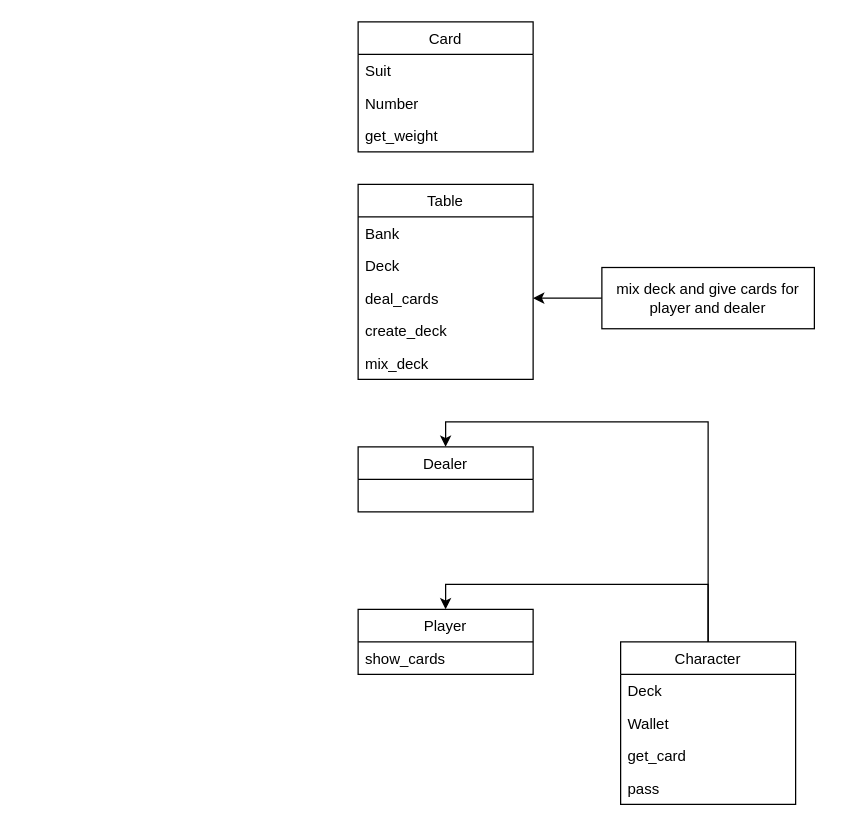
The draw.io diagram Untitled Diagram.drawio in MiKaMoRe/Course, before the edit. Source tidied: cells renumbered, new cells numbered last; positions are measured from the earlier drawing's top-left corner, leaving out a move shared by most shapes. Both pictures are drawn from the tidied source at 125%, with x=0, y=0 at pixel (358, 21).
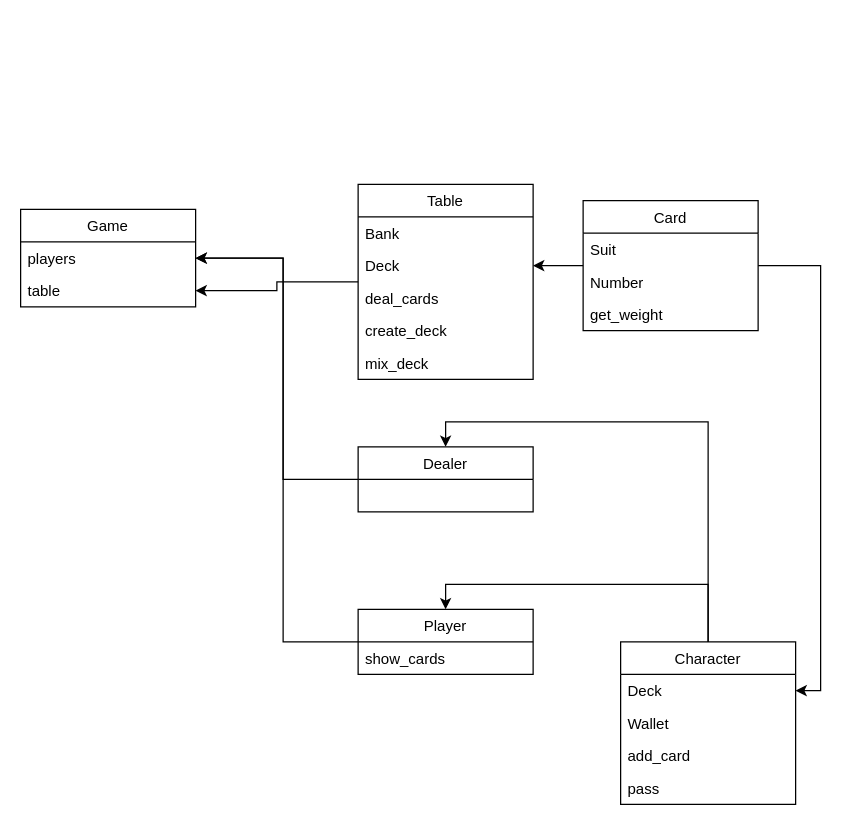
The same page after the edit.

The change refers to these unchanged cells:
```xml
<mxCell id="2" value="Player" style="swimlane;fontStyle=0;horizontal=1;startSize=26;fillColor=none;" parent="1" vertex="1">
  <mxGeometry y="470" width="140" height="52" as="geometry" />
</mxCell>
<mxCell id="4" value="Dealer" style="swimlane;fontStyle=0;horizontal=1;startSize=26;fillColor=none;" parent="1" vertex="1">
  <mxGeometry y="340" width="140" height="52" as="geometry" />
</mxCell>
<mxCell id="9" value="Table" style="swimlane;fontStyle=0;horizontal=1;startSize=26;fillColor=none;" parent="1" vertex="1">
  <mxGeometry y="130" width="140" height="156" as="geometry" />
</mxCell>
<mxCell id="11" value="Deck" style="text;strokeColor=none;fillColor=none;align=left;verticalAlign=top;spacingLeft=4;spacingRight=4;overflow=hidden;points=[[0,0.5],[1,0.5]];portConstraint=eastwest;" parent="9" vertex="1">
  <mxGeometry y="52" width="140" height="26" as="geometry" />
</mxCell>
<mxCell id="12" value="deal_cards" style="text;strokeColor=none;fillColor=none;align=left;verticalAlign=top;spacingLeft=4;spacingRight=4;overflow=hidden;points=[[0,0.5],[1,0.5]];portConstraint=eastwest;" parent="9" vertex="1">
  <mxGeometry y="78" width="140" height="26" as="geometry" />
</mxCell>
<mxCell id="19" value="Character" style="swimlane;fontStyle=0;horizontal=1;startSize=26;fillColor=none;" parent="1" vertex="1">
  <mxGeometry x="210" y="496" width="140" height="130" as="geometry" />
</mxCell>
<mxCell id="20" value="Deck" style="text;strokeColor=none;fillColor=none;align=left;verticalAlign=top;spacingLeft=4;spacingRight=4;overflow=hidden;points=[[0,0.5],[1,0.5]];portConstraint=eastwest;" parent="19" vertex="1">
  <mxGeometry y="26" width="140" height="26" as="geometry" />
</mxCell>
```

What changed in the source:
```diff
@@
+    <mxCell id="24" style="edgeStyle=orthogonalEdgeStyle;rounded=0;jettySize=auto;html=1;" parent="1" edge="1" source="2" target="30">
+      <mxGeometry relative="1" as="geometry">
+        <Array as="points">
+          <mxPoint x="-60" y="496" />
+          <mxPoint x="-60" y="189" />
+        </Array>
+      </mxGeometry>
+    </mxCell>
@@
+    <mxCell id="25" style="edgeStyle=orthogonalEdgeStyle;rounded=0;jettySize=auto;html=1;entryX=1;entryY=0.5;entryDx=0;entryDy=0;" parent="1" edge="1" source="4" target="29">
+      <mxGeometry relative="1" as="geometry">
+        <Array as="points">
+          <mxPoint x="-60" y="366" />
+          <mxPoint x="-60" y="189" />
+        </Array>
+      </mxGeometry>
+    </mxCell>
@@
+    <mxCell id="26" style="edgeStyle=orthogonalEdgeStyle;rounded=0;jettySize=auto;html=1;entryX=1;entryY=0.5;entryDx=0;entryDy=0;" parent="1" edge="1" source="5" target="11">
+      <mxGeometry relative="1" as="geometry" />
+    </mxCell>
+    <mxCell id="27" style="edgeStyle=orthogonalEdgeStyle;rounded=0;jettySize=auto;html=1;entryX=1;entryY=0.5;entryDx=0;entryDy=0;" parent="1" edge="1" source="5" target="20">
+      <mxGeometry relative="1" as="geometry">
+        <Array as="points">
+          <mxPoint x="370" y="195" />
+          <mxPoint x="370" y="535" />
+        </Array>
+      </mxGeometry>
+    </mxCell>
     <mxCell id="5" value="Card" style="swimlane;fontStyle=0;horizontal=1;startSize=26;fillColor=none;" parent="1" vertex="1">
-      <mxGeometry width="140" height="104" as="geometry" />
+      <mxGeometry x="180" y="143" width="140" height="104" as="geometry" />
     </mxCell>
@@
+    <mxCell id="28" style="edgeStyle=orthogonalEdgeStyle;rounded=0;jettySize=auto;html=1;" parent="1" edge="1" source="9" target="31">
+      <mxGeometry relative="1" as="geometry" />
+    </mxCell>
@@
-    <mxCell id="15" style="edgeStyle=orthogonalEdgeStyle;rounded=0;jettySize=auto;html=1;" parent="1" edge="1" source="16" target="12">
-      <mxGeometry relative="1" as="geometry" />
-    </mxCell>
-    <mxCell id="16" value="mix deck and give cards for player and dealer" style="rounded=0;whiteSpace=wrap;html=1;" parent="1" vertex="1">
-      <mxGeometry x="195" y="196.5" width="170" height="49" as="geometry" />
-    </mxCell>
@@
-    <mxCell id="22" value="get_card" style="text;strokeColor=none;fillColor=none;align=left;verticalAlign=top;spacingLeft=4;spacingRight=4;overflow=hidden;" parent="19" vertex="1">
+    <mxCell id="22" value="add_card" style="text;strokeColor=none;fillColor=none;align=left;verticalAlign=top;spacingLeft=4;spacingRight=4;overflow=hidden;" parent="19" vertex="1">
       <mxGeometry y="78" width="140" height="26" as="geometry" />
     </mxCell>
@@
+    <mxCell id="29" value="Game" style="swimlane;fontStyle=0;horizontal=1;startSize=26;fillColor=none;" parent="1" vertex="1">
+      <mxGeometry x="-270" y="150" width="140" height="78" as="geometry" />
+    </mxCell>
+    <mxCell id="30" value="players" style="text;strokeColor=none;fillColor=none;align=left;verticalAlign=top;spacingLeft=4;spacingRight=4;overflow=hidden;points=[[0,0.5],[1,0.5]];portConstraint=eastwest;" parent="29" vertex="1">
+      <mxGeometry y="26" width="140" height="26" as="geometry" />
+    </mxCell>
+    <mxCell id="31" value="table" style="text;strokeColor=none;fillColor=none;align=left;verticalAlign=top;spacingLeft=4;spacingRight=4;overflow=hidden;points=[[0,0.5],[1,0.5]];portConstraint=eastwest;" parent="29" vertex="1">
+      <mxGeometry y="52" width="140" height="26" as="geometry" />
+    </mxCell>
```
